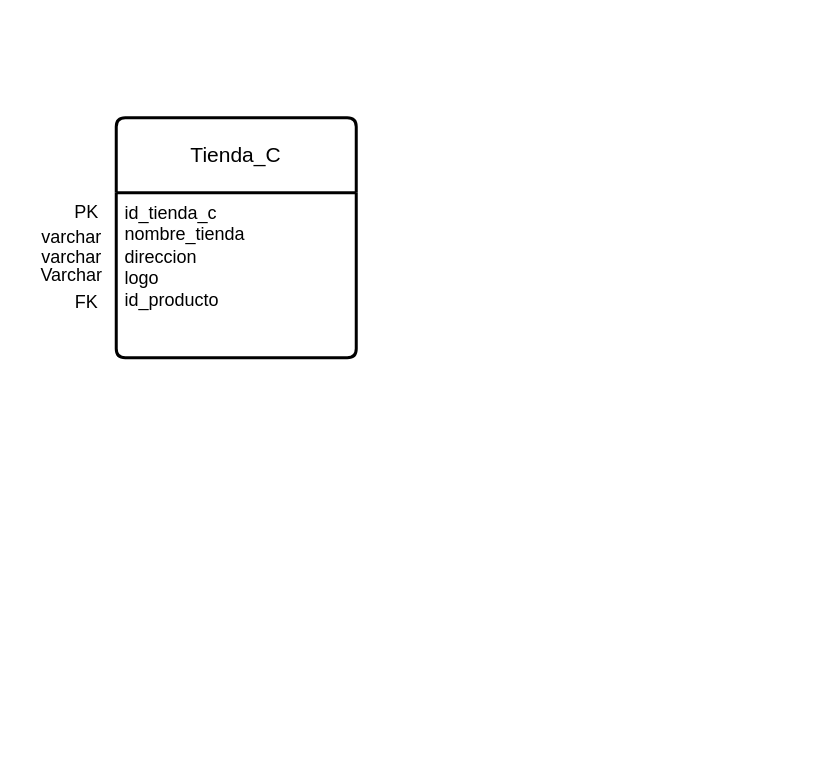
Above: page "Tienda C." (1 of 2) of Modelo relacional tarea.drawio in BrayanRosasC/Tareas (draw.io), before the change. Source tidied: cells renumbered, new cells numbered last; positions are measured from the earlier drawing's top-left corner, leaving out a move shared by most shapes. Both pictures are drawn from the tidied source at 150%, with x=0, y=0 at pixel (26, 117).
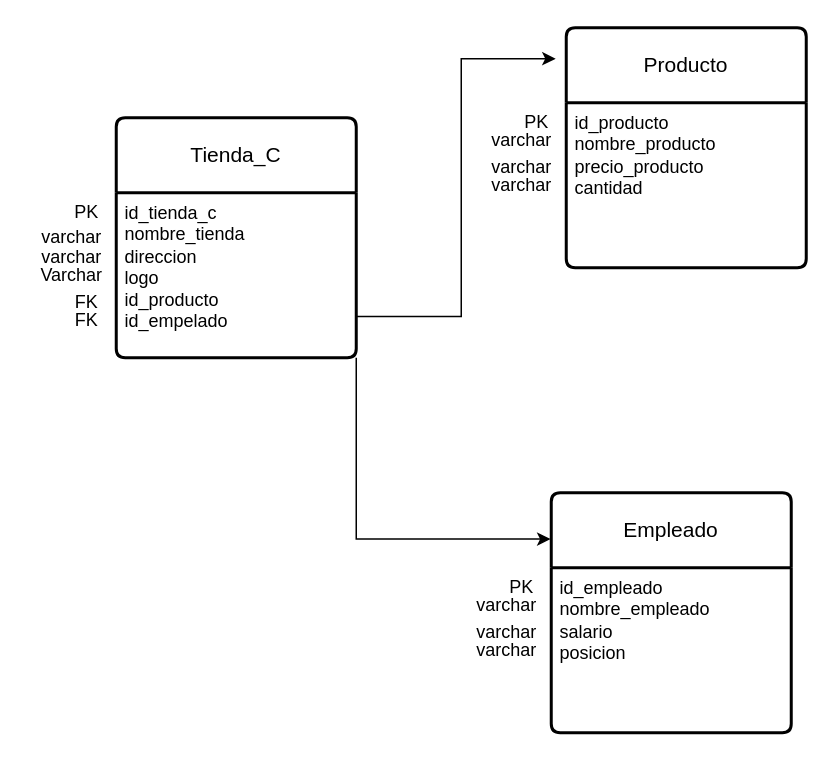
Above is the later version.

Unchanged cells that the change refers to:
```xml
<mxCell id="2" value="Tienda_C" style="swimlane;horizontal=1;startSize=50;rounded=1;fontSize=14;fontStyle=0;strokeWidth=2;shadow=0;dashed=0;align=center;arcSize=4;whiteSpace=wrap;html=1;" parent="1" vertex="1">
  <mxGeometry x="60" width="160" height="160" as="geometry" />
</mxCell>
```

The edit, as a diff of the source:
```diff
@@
-    <mxCell id="3" value="id_tienda_c&lt;br&gt;nombre_tienda&lt;br&gt;&lt;div&gt;direccion&lt;/div&gt;&lt;div&gt;logo&lt;/div&gt;&lt;div&gt;id_producto&lt;/div&gt;&lt;div&gt;&lt;br&gt;&lt;/div&gt;&lt;div&gt;&lt;br&gt;&lt;/div&gt;&lt;div&gt;&lt;br&gt;&lt;/div&gt;" style="align=left;strokeColor=none;fillColor=none;spacingLeft=4;fontSize=12;verticalAlign=top;html=1;" parent="2" vertex="1">
+    <mxCell id="3" value="id_tienda_c&lt;br&gt;nombre_tienda&lt;br&gt;&lt;div&gt;direccion&lt;/div&gt;&lt;div&gt;logo&lt;/div&gt;&lt;div&gt;id_producto&lt;/div&gt;&lt;div&gt;id_empelado&lt;/div&gt;" style="align=left;strokeColor=none;fillColor=none;spacingLeft=4;fontSize=12;verticalAlign=top;html=1;" parent="2" vertex="1">
       <mxGeometry y="50" width="160" height="110" as="geometry" />
     </mxCell>
@@
+    <mxCell id="9" value="Producto" style="swimlane;horizontal=1;startSize=50;rounded=1;fontSize=14;fontStyle=0;strokeWidth=2;shadow=0;dashed=0;align=center;arcSize=4;whiteSpace=wrap;html=1;" parent="1" vertex="1">
+      <mxGeometry x="360" y="-60" width="160" height="160" as="geometry" />
+    </mxCell>
+    <mxCell id="10" value="id_producto&lt;br&gt;nombre_producto&lt;br&gt;&lt;div&gt;precio_producto&lt;/div&gt;&lt;div&gt;cantidad&lt;/div&gt;" style="align=left;strokeColor=none;fillColor=none;spacingLeft=4;fontSize=12;verticalAlign=top;html=1;" parent="9" vertex="1">
+      <mxGeometry y="50" width="160" height="110" as="geometry" />
+    </mxCell>
+    <mxCell id="11" value="PK" style="text;html=1;align=center;verticalAlign=middle;strokeColor=none;fillColor=none;" parent="1" vertex="1">
+      <mxGeometry x="320" y="-12" width="40" height="30" as="geometry" />
+    </mxCell>
+    <mxCell id="12" value="varchar" style="text;html=1;align=center;verticalAlign=middle;strokeColor=none;fillColor=none;" parent="1" vertex="1">
+      <mxGeometry x="300" width="60" height="30" as="geometry" />
+    </mxCell>
+    <mxCell id="13" value="varchar" style="text;html=1;align=center;verticalAlign=middle;strokeColor=none;fillColor=none;" parent="1" vertex="1">
+      <mxGeometry x="300" y="18" width="60" height="30" as="geometry" />
+    </mxCell>
+    <mxCell id="14" value="varchar" style="text;html=1;align=center;verticalAlign=middle;strokeColor=none;fillColor=none;" parent="1" vertex="1">
+      <mxGeometry x="300" y="30" width="60" height="30" as="geometry" />
+    </mxCell>
+    <mxCell id="15" value="Empleado" style="swimlane;horizontal=1;startSize=50;rounded=1;fontSize=14;fontStyle=0;strokeWidth=2;shadow=0;dashed=0;align=center;arcSize=4;whiteSpace=wrap;html=1;" parent="1" vertex="1">
+      <mxGeometry x="350" y="250" width="160" height="160" as="geometry" />
+    </mxCell>
+    <mxCell id="16" value="id_empleado&lt;br&gt;nombre_empleado&lt;br&gt;&lt;div&gt;salario&lt;/div&gt;&lt;div&gt;posicion&lt;/div&gt;" style="align=left;strokeColor=none;fillColor=none;spacingLeft=4;fontSize=12;verticalAlign=top;html=1;" parent="15" vertex="1">
+      <mxGeometry y="50" width="160" height="110" as="geometry" />
+    </mxCell>
+    <mxCell id="17" value="PK" style="text;html=1;align=center;verticalAlign=middle;strokeColor=none;fillColor=none;" parent="1" vertex="1">
+      <mxGeometry x="310" y="298" width="40" height="30" as="geometry" />
+    </mxCell>
+    <mxCell id="18" value="varchar" style="text;html=1;align=center;verticalAlign=middle;strokeColor=none;fillColor=none;" parent="1" vertex="1">
+      <mxGeometry x="290" y="310" width="60" height="30" as="geometry" />
+    </mxCell>
+    <mxCell id="19" value="varchar" style="text;html=1;align=center;verticalAlign=middle;strokeColor=none;fillColor=none;" parent="1" vertex="1">
+      <mxGeometry x="290" y="328" width="60" height="30" as="geometry" />
+    </mxCell>
+    <mxCell id="20" value="varchar" style="text;html=1;align=center;verticalAlign=middle;strokeColor=none;fillColor=none;" parent="1" vertex="1">
+      <mxGeometry x="290" y="340" width="60" height="30" as="geometry" />
+    </mxCell>
+    <mxCell id="21" style="edgeStyle=orthogonalEdgeStyle;rounded=0;jettySize=auto;html=1;exitX=1;exitY=0.75;exitDx=0;exitDy=0;entryX=-0.044;entryY=0.129;entryDx=0;entryDy=0;entryPerimeter=0;" parent="1" edge="1" source="3" target="9">
+      <mxGeometry relative="1" as="geometry" />
+    </mxCell>
+    <mxCell id="22" value="FK" style="text;html=1;align=center;verticalAlign=middle;strokeColor=none;fillColor=none;" parent="1" vertex="1">
+      <mxGeometry x="20" y="120" width="40" height="30" as="geometry" />
+    </mxCell>
+    <mxCell id="23" style="edgeStyle=orthogonalEdgeStyle;rounded=0;jettySize=auto;html=1;exitX=1;exitY=1;exitDx=0;exitDy=0;entryX=-0.003;entryY=0.193;entryDx=0;entryDy=0;entryPerimeter=0;" parent="1" edge="1" source="3" target="15">
+      <mxGeometry relative="1" as="geometry" />
+    </mxCell>
```
